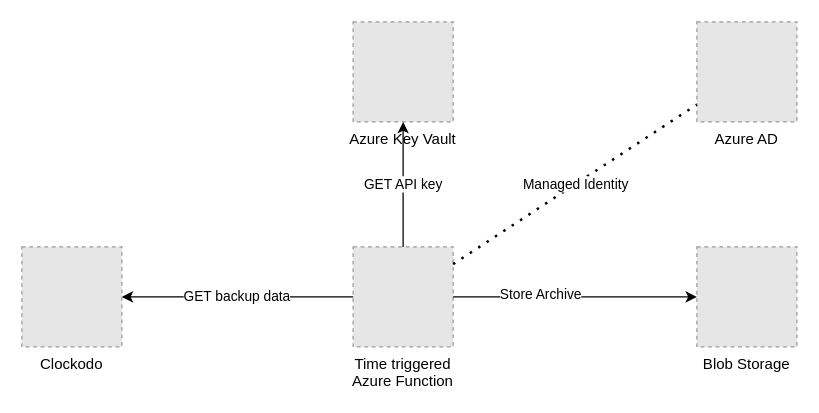
Before: assets/clockodo-backup-solution.drawio in whiteducksoftware/clockodo-automation, a draw.io diagram. Source tidied: cells renumbered, new cells numbered last; positions are measured from the earlier drawing's top-left corner, leaving out a move shared by most shapes. Both pictures are drawn from the tidied source at 125%, with x=0, y=0 at pixel (21, 21). Pictures stored in the file or linked from it are replaced by grey dashed boxes.
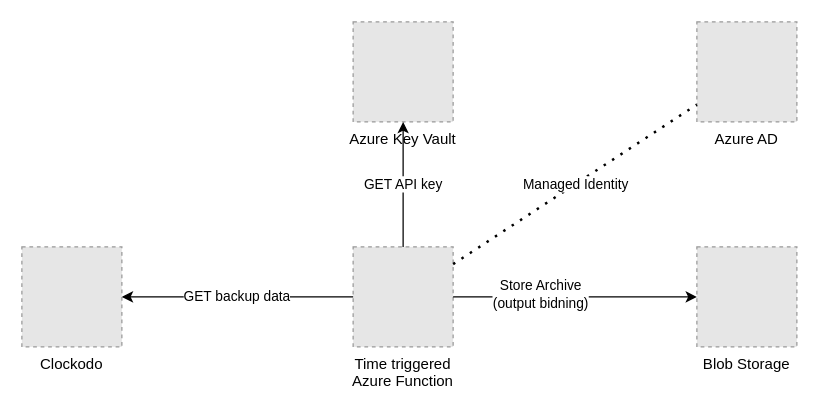
Above is the later version.

Commit message (it also covers changes not shown here):
feat: added output binding

What changed in the source:
```diff
@@
 <mxGraphModel>
   <root>
     <mxCell id="0" />
     <mxCell id="1" parent="0" />
     <mxCell id="2" value="Time triggered&#10;Azure Function" style="fillColor=#E6E6E6;strokeColor=#999999;dashed=1;verticalLabelPosition=bottom;labelBackgroundColor=#ffffff;verticalAlign=top;" parent="1" vertex="1">
       <mxGeometry x="265" y="180" width="80" height="80" as="geometry" />
     </mxCell>
     <mxCell id="3" value="Azure Key Vault" style="fillColor=#E6E6E6;strokeColor=#999999;dashed=1;verticalLabelPosition=bottom;labelBackgroundColor=#ffffff;verticalAlign=top;" parent="1" vertex="1">
       <mxGeometry x="265" width="80" height="80" as="geometry" />
     </mxCell>
     <mxCell id="4" value="Blob Storage" style="fillColor=#E6E6E6;strokeColor=#999999;dashed=1;verticalLabelPosition=bottom;labelBackgroundColor=#ffffff;verticalAlign=top;" parent="1" vertex="1">
       <mxGeometry x="540" y="180" width="80" height="80" as="geometry" />
     </mxCell>
     <mxCell id="5" value="Azure AD" style="fillColor=#E6E6E6;strokeColor=#999999;dashed=1;verticalLabelPosition=bottom;labelBackgroundColor=#ffffff;verticalAlign=top;" parent="1" vertex="1">
       <mxGeometry x="540" width="80" height="80" as="geometry" />
     </mxCell>
     <mxCell id="6" value="Clockodo" style="fillColor=#E6E6E6;strokeColor=#999999;dashed=1;verticalLabelPosition=bottom;labelBackgroundColor=#ffffff;verticalAlign=top;" parent="1" vertex="1">
       <mxGeometry y="180" width="80" height="80" as="geometry" />
     </mxCell>
     <mxCell id="7" value="GET backup data" style="endArrow=classic;html=1;entryX=1;entryY=0.5;entryDx=0;entryDy=0;exitX=0;exitY=0.5;exitDx=0;exitDy=0;" parent="1" edge="1" source="2" target="6">
       <mxGeometry relative="1" as="geometry" />
     </mxCell>
     <mxCell id="8" style="endArrow=classic;html=1;entryX=0;entryY=0.5;entryDx=0;entryDy=0;exitX=1;exitY=0.5;exitDx=0;exitDy=0;" parent="1" edge="1" source="2" target="4">
       <mxGeometry relative="1" as="geometry" />
     </mxCell>
-    <mxCell id="9" value="Store Archive" style="edgeLabel;html=1;align=center;verticalAlign=middle;" parent="8" vertex="1">
+    <mxCell id="9" value="Store Archive&lt;br&gt;(output bidning)" style="edgeLabel;html=1;align=center;verticalAlign=middle;" parent="8" vertex="1">
       <mxGeometry x="-0.29" y="3" relative="1" as="geometry" />
     </mxCell>
     <mxCell id="10" value="GET API key" style="endArrow=classic;html=1;exitX=0.5;exitY=0;exitDx=0;exitDy=0;" parent="1" edge="1" source="2" target="3">
       <mxGeometry relative="1" as="geometry" />
     </mxCell>
     <mxCell id="11" value="Managed Identity" style="endArrow=none;dashed=1;html=1;dashPattern=1 3;strokeWidth=2;" parent="1" edge="1" source="2" target="5">
       <mxGeometry relative="1" as="geometry" />
     </mxCell>
   </root>
 </mxGraphModel>
```
